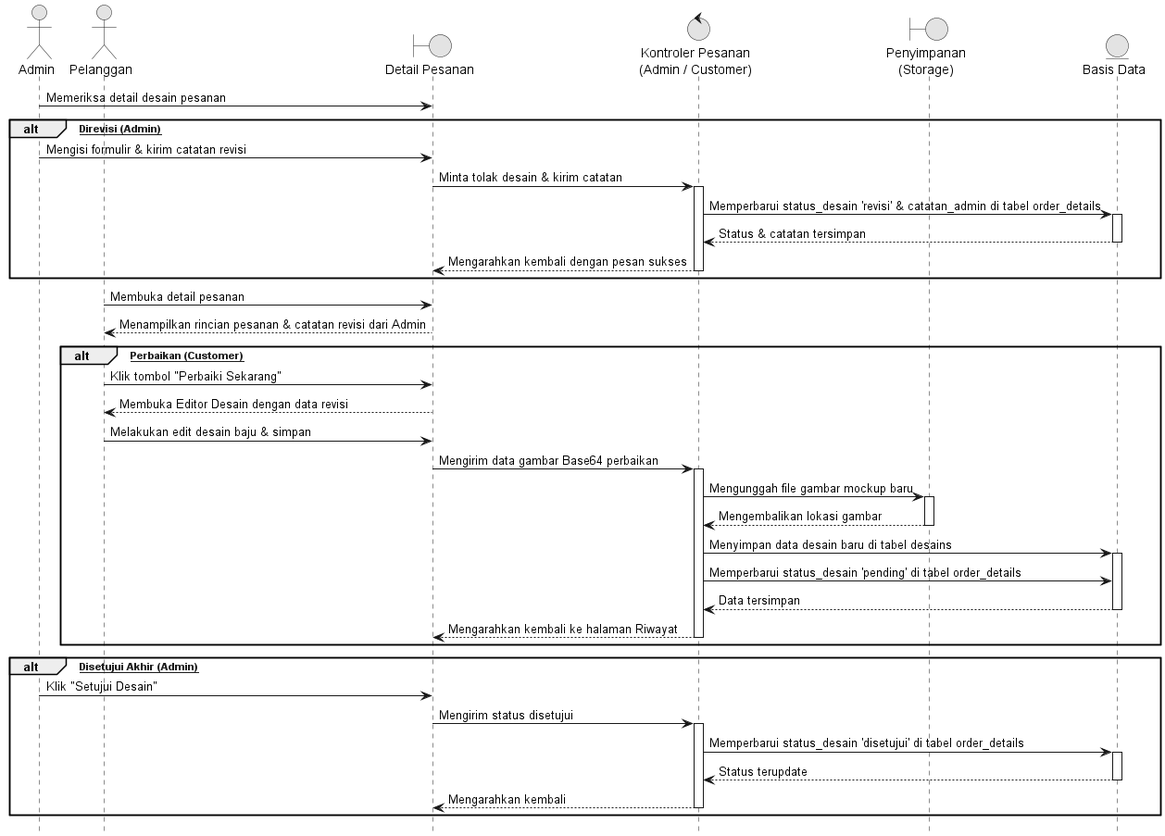
This is docs/diagrams/09_Review_Desain.png from Reyonl/project_TA, a PlantUML export, as it was before one commit.
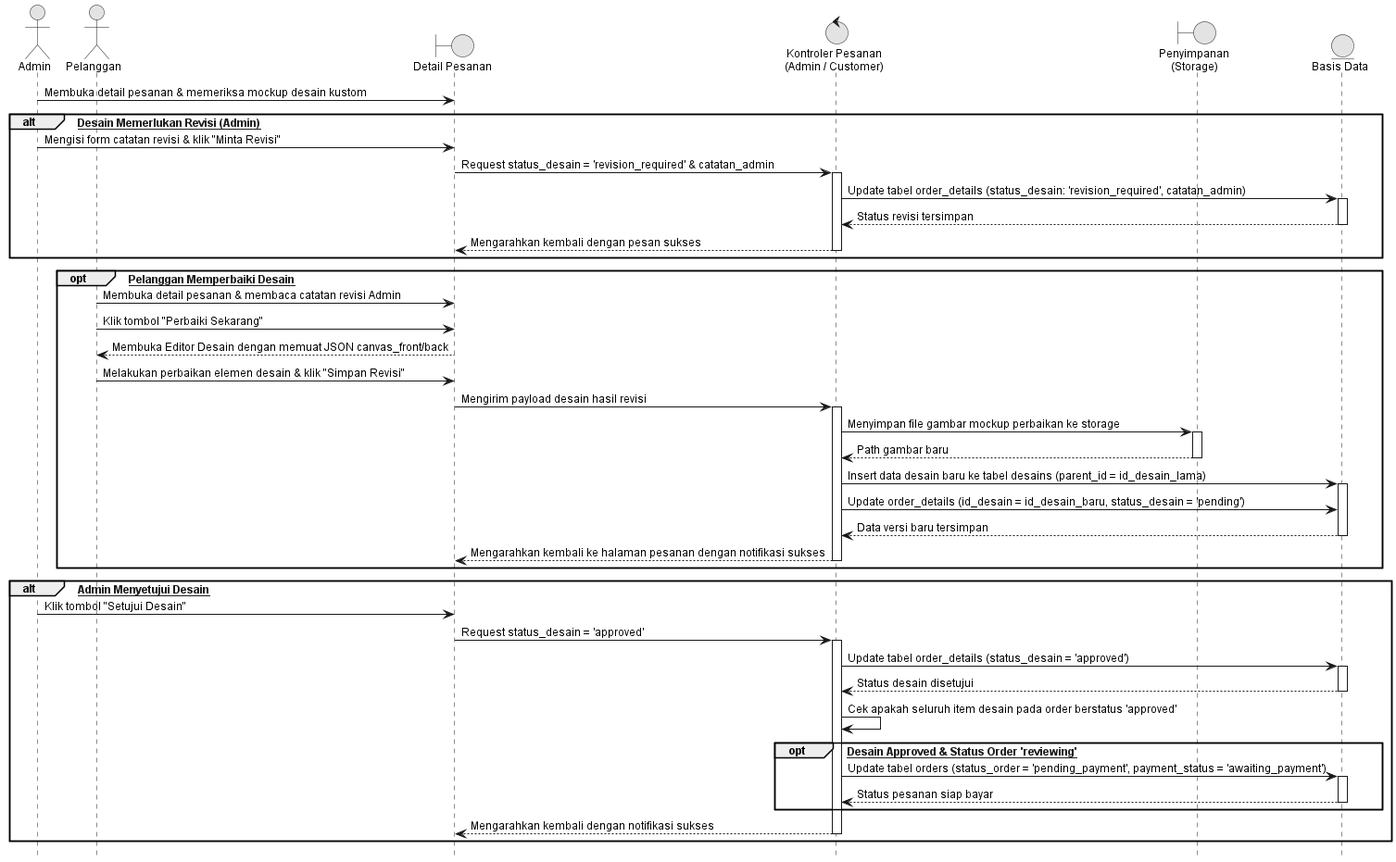
The same file after the commit.

Diff of the diagram source:
```diff
@@ -1,7 +1,10 @@
 @startuml 09_Review_Desain
 hide footbox
+skinparam backgroundColor white
 skinparam monochrome true
 skinparam shadowing false
+skinparam DefaultFontName Arial
+skinparam DefaultFontSize 12
 
 actor "Admin" as Admin
 actor "Pelanggan" as Customer
@@ -10,51 +13,56 @@
 boundary "Penyimpanan\n(Storage)" as Storage
 entity "Basis Data" as DB
 
-Admin -> View : Memeriksa detail desain pesanan
+Admin -> View : Membuka detail pesanan & memeriksa mockup desain kustom
 
-alt [Perlu Direvisi (Admin)]
-    Admin -> View : Mengisi formulir & kirim catatan revisi
-    View -> Controller : Minta tolak desain & kirim catatan
+alt [Kondisi: Desain Memerlukan Revisi (Admin)]
+    Admin -> View : Mengisi form catatan revisi & klik "Minta Revisi"
+    View -> Controller : Request status_desain = 'revision_required' & catatan_admin
     activate Controller
-    Controller -> DB : Memperbarui status_desain 'revisi' & catatan_admin di tabel order_details
+    Controller -> DB : Update tabel order_details (status_desain: 'revision_required', catatan_admin)
     activate DB
-    DB --> Controller : Status & catatan tersimpan
+    DB --> Controller : Status revisi tersimpan
     deactivate DB
     Controller --> View : Mengarahkan kembali dengan pesan sukses
     deactivate Controller
 end
 
-Customer -> View : Membuka detail pesanan
-View --> Customer : Menampilkan rincian pesanan & catatan revisi dari Admin
-
-alt [Mengirim Perbaikan (Customer)]
+opt [Kondisi: Pelanggan Memperbaiki Desain]
+    Customer -> View : Membuka detail pesanan & membaca catatan revisi Admin
     Customer -> View : Klik tombol "Perbaiki Sekarang"
-    View --> Customer : Membuka Editor Desain dengan data revisi
-    Customer -> View : Melakukan edit desain baju & simpan
-    View -> Controller : Mengirim data gambar Base64 perbaikan
+    View --> Customer : Membuka Editor Desain dengan memuat JSON canvas_front/back
+    Customer -> View : Melakukan perbaikan elemen desain & klik "Simpan Revisi"
+    View -> Controller : Mengirim payload desain hasil revisi
     activate Controller
-    Controller -> Storage : Mengunggah file gambar mockup baru
+    Controller -> Storage : Menyimpan file gambar mockup perbaikan ke storage
     activate Storage
-    Storage --> Controller : Mengembalikan lokasi gambar
+    Storage --> Controller : Path gambar baru
     deactivate Storage
-    Controller -> DB : Menyimpan data desain baru di tabel desains
+    Controller -> DB : Insert data desain baru ke tabel desains (parent_id = id_desain_lama)
     activate DB
-    Controller -> DB : Memperbarui status_desain 'pending' di tabel order_details
-    DB --> Controller : Data tersimpan
+    Controller -> DB : Update order_details (id_desain = id_desain_baru, status_desain = 'pending')
+    DB --> Controller : Data versi baru tersimpan
     deactivate DB
-    Controller --> View : Mengarahkan kembali ke halaman Riwayat
+    Controller --> View : Mengarahkan kembali ke halaman pesanan dengan notifikasi sukses
     deactivate Controller
 end
 
-alt [Desain Disetujui Akhir (Admin)]
-    Admin -> View : Klik "Setujui Desain"
-    View -> Controller : Mengirim status disetujui
+alt [Kondisi: Admin Menyetujui Desain]
+    Admin -> View : Klik tombol "Setujui Desain"
+    View -> Controller : Request status_desain = 'approved'
     activate Controller
-    Controller -> DB : Memperbarui status_desain 'disetujui' di tabel order_details
+    Controller -> DB : Update tabel order_details (status_desain = 'approved')
     activate DB
-    DB --> Controller : Status terupdate
+    DB --> Controller : Status desain disetujui
     deactivate DB
-    Controller --> View : Mengarahkan kembali
+    Controller -> Controller : Cek apakah seluruh item desain pada order berstatus 'approved'
+    opt [Semua Desain Approved & Status Order 'reviewing']
+        Controller -> DB : Update tabel orders (status_order = 'pending_payment', payment_status = 'awaiting_payment')
+        activate DB
+        DB --> Controller : Status pesanan siap bayar
+        deactivate DB
+    end
+    Controller --> View : Mengarahkan kembali dengan notifikasi sukses
     deactivate Controller
 end
 @enduml
```
